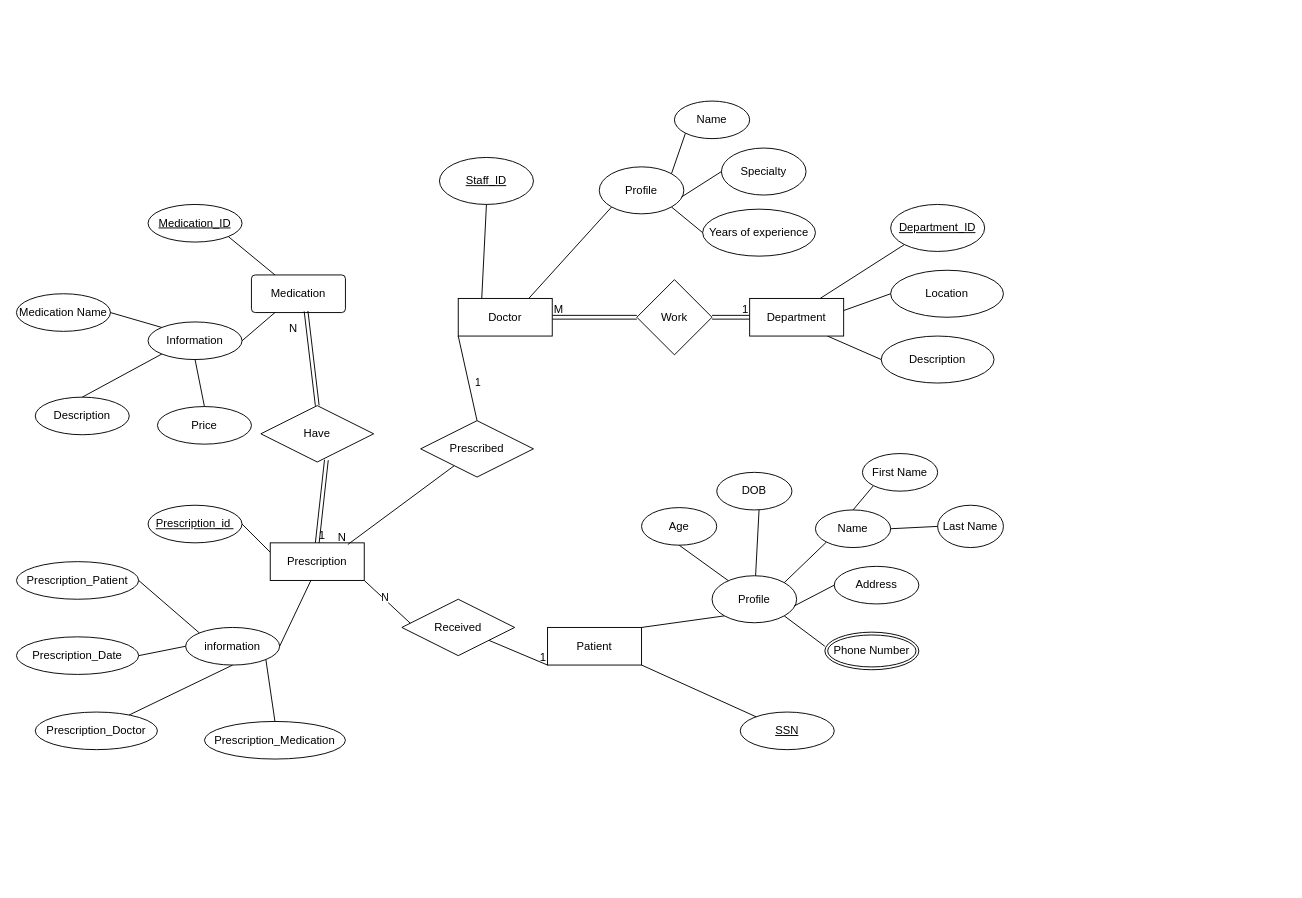
Earlier version of the draw.io diagram Untitled Diagram.drawio (yun-2000/yun-2000). Source tidied: cells renumbered, new cells numbered last; positions are measured from the earlier drawing's top-left corner, leaving out a move shared by most shapes. Both pictures are drawn from the tidied source at 94%, with x=0, y=0 at pixel (16, 101).
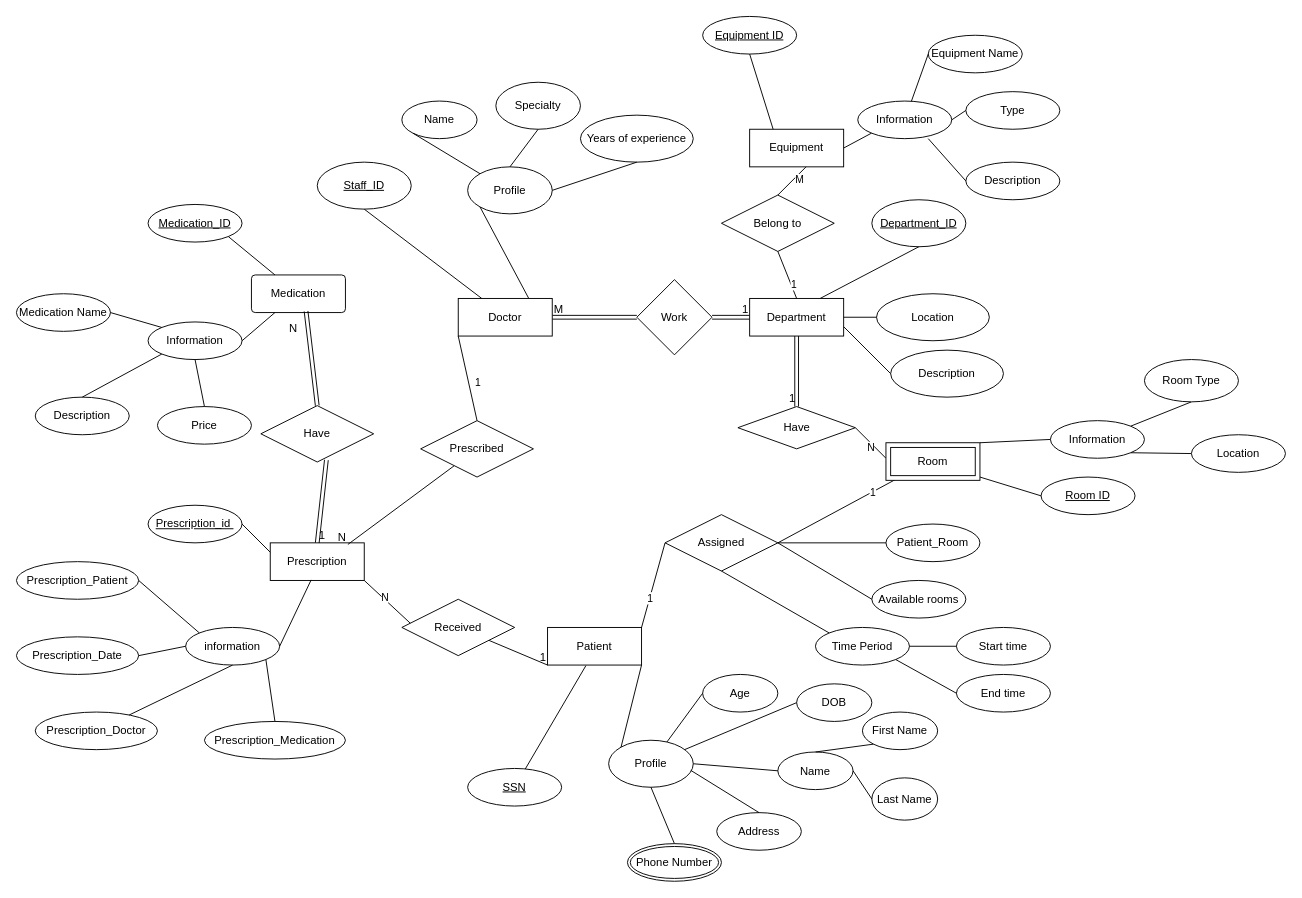
After the change.

Unchanged cells that the change refers to:
```xml
<mxCell id="65" value="Patient" style="whiteSpace=wrap;html=1;align=center;" parent="1" vertex="1">
  <mxGeometry x="565" y="560" width="100" height="40" as="geometry" />
</mxCell>
<mxCell id="72" value="Department" style="whiteSpace=wrap;html=1;align=center;" parent="1" vertex="1">
  <mxGeometry x="780" y="210" width="100" height="40" as="geometry" />
</mxCell>
```

Diff of the diagram source:
```diff
@@
     <mxCell id="2" value="&lt;u&gt;Staff_ID&lt;/u&gt;" style="ellipse;whiteSpace=wrap;html=1;" parent="1" vertex="1">
-      <mxGeometry x="450" y="60" width="100" height="50" as="geometry" />
+      <mxGeometry x="320" y="65" width="100" height="50" as="geometry" />
     </mxCell>
     <mxCell id="3" value="Profile" style="ellipse;whiteSpace=wrap;html=1;" parent="1" vertex="1">
-      <mxGeometry x="620" y="70" width="90" height="50" as="geometry" />
+      <mxGeometry x="480" y="70" width="90" height="50" as="geometry" />
     </mxCell>
     <mxCell id="4" value="Name" style="ellipse;whiteSpace=wrap;html=1;" parent="1" vertex="1">
-      <mxGeometry x="700" width="80" height="40" as="geometry" />
+      <mxGeometry x="410" width="80" height="40" as="geometry" />
     </mxCell>
     <mxCell id="5" value="Specialty" style="ellipse;whiteSpace=wrap;html=1;" parent="1" vertex="1">
-      <mxGeometry x="750" y="50" width="90" height="50" as="geometry" />
+      <mxGeometry x="510" y="-20" width="90" height="50" as="geometry" />
     </mxCell>
     <mxCell id="6" value="Years of experience" style="ellipse;whiteSpace=wrap;html=1;" parent="1" vertex="1">
-      <mxGeometry x="730" y="115" width="120" height="50" as="geometry" />
+      <mxGeometry x="600" y="15" width="120" height="50" as="geometry" />
     </mxCell>
-    <mxCell id="7" style="endArrow=none;html=1;rounded=0;exitX=0;exitY=0.5;exitDx=0;exitDy=0;entryX=1;entryY=1;entryDx=0;entryDy=0;" parent="1" edge="1" source="6" target="3">
+    <mxCell id="7" style="endArrow=none;html=1;rounded=0;exitX=0.5;exitY=1;exitDx=0;exitDy=0;entryX=1;entryY=0.5;entryDx=0;entryDy=0;" parent="1" edge="1" source="6" target="3">
       <mxGeometry relative="1" as="geometry" />
     </mxCell>
-    <mxCell id="8" style="endArrow=none;html=1;rounded=0;entryX=0;entryY=1;entryDx=0;entryDy=0;exitX=1;exitY=0;exitDx=0;exitDy=0;" parent="1" edge="1" source="3" target="4">
+    <mxCell id="8" style="endArrow=none;html=1;rounded=0;entryX=0;entryY=1;entryDx=0;entryDy=0;exitX=0;exitY=0;exitDx=0;exitDy=0;" parent="1" edge="1" source="3" target="4">
       <mxGeometry relative="1" as="geometry" />
     </mxCell>
-    <mxCell id="9" style="endArrow=none;html=1;rounded=0;entryX=0;entryY=0.5;entryDx=0;entryDy=0;exitX=0.972;exitY=0.642;exitDx=0;exitDy=0;exitPerimeter=0;" parent="1" edge="1" source="3" target="5">
+    <mxCell id="9" style="endArrow=none;html=1;rounded=0;entryX=0.5;entryY=1;entryDx=0;entryDy=0;exitX=0.5;exitY=0;exitDx=0;exitDy=0;" parent="1" edge="1" source="3" target="5">
       <mxGeometry relative="1" as="geometry" />
     </mxCell>
@@
     <mxCell id="12" value="&lt;u&gt;Department_ID&lt;/u&gt;" style="ellipse;whiteSpace=wrap;html=1;" parent="1" vertex="1">
-      <mxGeometry x="930" y="110" width="100" height="50" as="geometry" />
+      <mxGeometry x="910" y="105" width="100" height="50" as="geometry" />
     </mxCell>
     <mxCell id="13" value="Description" style="ellipse;whiteSpace=wrap;html=1;" parent="1" vertex="1">
-      <mxGeometry x="920" y="250" width="120" height="50" as="geometry" />
+      <mxGeometry x="930" y="265" width="120" height="50" as="geometry" />
     </mxCell>
     <mxCell id="14" value="Location" style="ellipse;whiteSpace=wrap;html=1;" parent="1" vertex="1">
-      <mxGeometry x="930" y="180" width="120" height="50" as="geometry" />
+      <mxGeometry x="915" y="205" width="120" height="50" as="geometry" />
     </mxCell>
-    <mxCell id="15" style="endArrow=none;html=1;rounded=0;exitX=0;exitY=1;exitDx=0;exitDy=0;entryX=0.75;entryY=0;entryDx=0;entryDy=0;" parent="1" edge="1" source="12" target="72">
+    <mxCell id="15" style="endArrow=none;html=1;rounded=0;entryX=0.75;entryY=0;entryDx=0;entryDy=0;exitX=0.5;exitY=1;exitDx=0;exitDy=0;" parent="1" edge="1" source="12" target="72">
       <mxGeometry relative="1" as="geometry" />
     </mxCell>
@@
-    <mxCell id="17" style="endArrow=none;html=1;rounded=0;exitX=0;exitY=0.5;exitDx=0;exitDy=0;entryX=0.826;entryY=0.998;entryDx=0;entryDy=0;entryPerimeter=0;" parent="1" edge="1" source="13" target="72">
+    <mxCell id="17" style="endArrow=none;html=1;rounded=0;exitX=0;exitY=0.5;exitDx=0;exitDy=0;entryX=1;entryY=0.75;entryDx=0;entryDy=0;" parent="1" edge="1" source="13" target="72">
       <mxGeometry relative="1" as="geometry" />
     </mxCell>
     <mxCell id="18" value="&lt;u&gt;SSN&lt;/u&gt;" style="ellipse;whiteSpace=wrap;html=1;" parent="1" vertex="1">
-      <mxGeometry x="770" y="650" width="100" height="40" as="geometry" />
+      <mxGeometry x="480" y="710" width="100" height="40" as="geometry" />
     </mxCell>
     <mxCell id="19" value="Profile" style="ellipse;whiteSpace=wrap;html=1;" parent="1" vertex="1">
-      <mxGeometry x="740" y="505" width="90" height="50" as="geometry" />
+      <mxGeometry x="630" y="680" width="90" height="50" as="geometry" />
     </mxCell>
     <mxCell id="20" value="Name" style="ellipse;whiteSpace=wrap;html=1;" parent="1" vertex="1">
-      <mxGeometry x="850" y="435" width="80" height="40" as="geometry" />
+      <mxGeometry x="810" y="692.5" width="80" height="40" as="geometry" />
     </mxCell>
     <mxCell id="21" value="Address" style="ellipse;whiteSpace=wrap;html=1;" parent="1" vertex="1">
-      <mxGeometry x="870" y="495" width="90" height="40" as="geometry" />
+      <mxGeometry x="745" y="757" width="90" height="40" as="geometry" />
     </mxCell>
-    <mxCell id="22" style="endArrow=none;html=1;rounded=0;exitX=0;exitY=0.5;exitDx=0;exitDy=0;entryX=1;entryY=1;entryDx=0;entryDy=0;" parent="1" edge="1" target="19">
-      <mxGeometry relative="1" as="geometry">
-        <mxPoint x="860" y="580" as="sourcePoint" />
-      </mxGeometry>
+    <mxCell id="22" style="endArrow=none;html=1;rounded=0;exitX=0.5;exitY=0;exitDx=0;exitDy=0;entryX=0.5;entryY=1;entryDx=0;entryDy=0;" parent="1" edge="1" source="31" target="19">
+      <mxGeometry relative="1" as="geometry" />
     </mxCell>
-    <mxCell id="23" style="endArrow=none;html=1;rounded=0;entryX=0;entryY=1;entryDx=0;entryDy=0;exitX=1;exitY=0;exitDx=0;exitDy=0;" parent="1" edge="1" source="19" target="20">
+    <mxCell id="23" style="endArrow=none;html=1;rounded=0;entryX=0;entryY=0.5;entryDx=0;entryDy=0;exitX=1;exitY=0.5;exitDx=0;exitDy=0;" parent="1" edge="1" source="19" target="20">
       <mxGeometry relative="1" as="geometry" />
     </mxCell>
-    <mxCell id="24" style="endArrow=none;html=1;rounded=0;entryX=0;entryY=0.5;entryDx=0;entryDy=0;exitX=0.972;exitY=0.642;exitDx=0;exitDy=0;exitPerimeter=0;" parent="1" edge="1" source="19" target="21">
+    <mxCell id="24" style="endArrow=none;html=1;rounded=0;entryX=0.5;entryY=0;entryDx=0;entryDy=0;exitX=0.972;exitY=0.642;exitDx=0;exitDy=0;exitPerimeter=0;" parent="1" edge="1" source="19" target="21">
       <mxGeometry relative="1" as="geometry" />
     </mxCell>
-    <mxCell id="25" style="endArrow=none;html=1;rounded=0;entryX=0;entryY=1;entryDx=0;entryDy=0;exitX=1;exitY=0;exitDx=0;exitDy=0;" parent="1" edge="1" source="65" target="19">
+    <mxCell id="25" style="endArrow=none;html=1;rounded=0;entryX=0;entryY=0;entryDx=0;entryDy=0;exitX=1;exitY=1;exitDx=0;exitDy=0;" parent="1" edge="1" source="65" target="19">
       <mxGeometry relative="1" as="geometry" />
     </mxCell>
-    <mxCell id="26" style="endArrow=none;html=1;rounded=0;exitX=1;exitY=1;exitDx=0;exitDy=0;" parent="1" edge="1" source="65" target="18">
+    <mxCell id="26" style="endArrow=none;html=1;rounded=0;exitX=0.408;exitY=1.015;exitDx=0;exitDy=0;exitPerimeter=0;" parent="1" edge="1" source="65" target="18">
       <mxGeometry relative="1" as="geometry" />
     </mxCell>
     <mxCell id="27" value="First Name" style="ellipse;whiteSpace=wrap;html=1;" parent="1" vertex="1">
-      <mxGeometry x="900" y="375" width="80" height="40" as="geometry" />
+      <mxGeometry x="900" y="650" width="80" height="40" as="geometry" />
     </mxCell>
     <mxCell id="28" value="Last Name" style="ellipse;whiteSpace=wrap;html=1;" parent="1" vertex="1">
-      <mxGeometry x="980" y="430" width="70" height="45" as="geometry" />
+      <mxGeometry x="910" y="720" width="70" height="45" as="geometry" />
     </mxCell>
@@
     <mxCell id="31" value="Phone Number" style="ellipse;shape=doubleEllipse;margin=3;whiteSpace=wrap;html=1;align=center;" parent="1" vertex="1">
-      <mxGeometry x="860" y="565" width="100" height="40" as="geometry" />
+      <mxGeometry x="650" y="790" width="100" height="40" as="geometry" />
     </mxCell>
     <mxCell id="32" value="Age" style="ellipse;whiteSpace=wrap;html=1;align=center;" parent="1" vertex="1">
-      <mxGeometry x="665" y="432.5" width="80" height="40" as="geometry" />
+      <mxGeometry x="730" y="610" width="80" height="40" as="geometry" />
     </mxCell>
     <mxCell id="33" value="DOB" style="ellipse;whiteSpace=wrap;html=1;align=center;" parent="1" vertex="1">
-      <mxGeometry x="745" y="395" width="80" height="40" as="geometry" />
+      <mxGeometry x="830" y="620" width="80" height="40" as="geometry" />
     </mxCell>
-    <mxCell id="34" style="endArrow=none;html=1;rounded=0;" parent="1" edge="1" source="19">
-      <mxGeometry relative="1" as="geometry">
-        <mxPoint x="790" y="435" as="targetPoint" />
-      </mxGeometry>
+    <mxCell id="34" style="endArrow=none;html=1;rounded=0;entryX=0;entryY=0.5;entryDx=0;entryDy=0;" parent="1" edge="1" source="19" target="33">
+      <mxGeometry relative="1" as="geometry" />
     </mxCell>
-    <mxCell id="35" style="endArrow=none;html=1;rounded=0;entryX=0.5;entryY=1;entryDx=0;entryDy=0;" parent="1" edge="1" source="19" target="32">
+    <mxCell id="35" style="endArrow=none;html=1;rounded=0;entryX=0;entryY=0.5;entryDx=0;entryDy=0;" parent="1" edge="1" source="19" target="32">
       <mxGeometry relative="1" as="geometry" />
     </mxCell>
@@
+    <mxCell id="83" value="Information" style="ellipse;whiteSpace=wrap;html=1;align=center;" parent="1" vertex="1">
+      <mxGeometry x="1100" y="340" width="100" height="40" as="geometry" />
+    </mxCell>
+    <mxCell id="84" value="Room ID" style="ellipse;whiteSpace=wrap;html=1;align=center;fontStyle=4;" parent="1" vertex="1">
+      <mxGeometry x="1090" y="400" width="100" height="40" as="geometry" />
+    </mxCell>
+    <mxCell id="85" style="endArrow=none;html=1;rounded=0;exitX=1;exitY=0;exitDx=0;exitDy=0;entryX=0;entryY=0.5;entryDx=0;entryDy=0;" parent="1" edge="1" source="127" target="83">
+      <mxGeometry relative="1" as="geometry" />
+    </mxCell>
+    <mxCell id="86" style="endArrow=none;html=1;rounded=0;exitX=1;exitY=1;exitDx=0;exitDy=0;entryX=0;entryY=0.5;entryDx=0;entryDy=0;" parent="1" edge="1" target="84">
+      <mxGeometry relative="1" as="geometry">
+        <mxPoint x="1025" y="400" as="sourcePoint" />
+      </mxGeometry>
+    </mxCell>
+    <mxCell id="87" style="endArrow=none;html=1;rounded=0;exitX=1;exitY=0;exitDx=0;exitDy=0;entryX=0.5;entryY=1;entryDx=0;entryDy=0;" parent="1" edge="1" source="83" target="88">
+      <mxGeometry relative="1" as="geometry" />
+    </mxCell>
+    <mxCell id="88" value="Room Type" style="ellipse;whiteSpace=wrap;html=1;align=center;" parent="1" vertex="1">
+      <mxGeometry x="1200" y="275" width="100" height="45" as="geometry" />
+    </mxCell>
+    <mxCell id="89" style="endArrow=none;html=1;rounded=0;exitX=1;exitY=1;exitDx=0;exitDy=0;entryX=0;entryY=0.5;entryDx=0;entryDy=0;" parent="1" edge="1" source="83" target="90">
+      <mxGeometry relative="1" as="geometry" />
+    </mxCell>
+    <mxCell id="90" value="Location" style="ellipse;whiteSpace=wrap;html=1;align=center;" parent="1" vertex="1">
+      <mxGeometry x="1250" y="355" width="100" height="40" as="geometry" />
+    </mxCell>
+    <mxCell id="91" value="Have" style="shape=rhombus;perimeter=rhombusPerimeter;whiteSpace=wrap;html=1;align=center;" parent="1" vertex="1">
+      <mxGeometry x="767.5" y="325" width="125" height="45" as="geometry" />
+    </mxCell>
+    <mxCell id="92" style="endArrow=none;html=1;rounded=0;exitX=1;exitY=0.5;exitDx=0;exitDy=0;entryX=0;entryY=0.5;entryDx=0;entryDy=0;" parent="1" edge="1" source="91">
+      <mxGeometry relative="1" as="geometry">
+        <mxPoint x="925" y="380" as="targetPoint" />
+      </mxGeometry>
+    </mxCell>
+    <mxCell id="93" value="&lt;div&gt;N&lt;/div&gt;" style="edgeLabel;html=1;align=center;verticalAlign=middle;" parent="92" vertex="1">
+      <mxGeometry x="0.13" y="-3" relative="1" as="geometry" />
+    </mxCell>
+    <mxCell id="94" style="shape=link;html=1;rounded=0;entryX=0.5;entryY=0;entryDx=0;entryDy=0;" parent="1" edge="1" source="72" target="91">
+      <mxGeometry relative="1" as="geometry" />
+    </mxCell>
+    <mxCell id="95" value="1" style="html=1;whiteSpace=wrap;align=right;verticalAlign=bottom;" parent="94" vertex="1">
+      <mxGeometry x="1" relative="1" as="geometry" />
+    </mxCell>
+    <mxCell id="96" value="Assigned" style="shape=rhombus;perimeter=rhombusPerimeter;whiteSpace=wrap;html=1;align=center;" parent="1" vertex="1">
+      <mxGeometry x="690" y="440" width="120" height="60" as="geometry" />
+    </mxCell>
+    <mxCell id="97" style="endArrow=none;html=1;rounded=0;exitX=1;exitY=0;exitDx=0;exitDy=0;" parent="1" edge="1" source="65">
+      <mxGeometry relative="1" as="geometry">
+        <mxPoint x="690" y="470" as="targetPoint" />
+      </mxGeometry>
+    </mxCell>
+    <mxCell id="98" value="1" style="edgeLabel;html=1;align=center;verticalAlign=middle;" parent="97" vertex="1">
+      <mxGeometry x="-0.29" y="-1" relative="1" as="geometry">
+        <mxPoint x="-1" as="offset" />
+      </mxGeometry>
+    </mxCell>
+    <mxCell id="99" style="endArrow=none;html=1;rounded=0;exitX=1;exitY=0.5;exitDx=0;exitDy=0;" parent="1" edge="1" source="96">
+      <mxGeometry relative="1" as="geometry">
+        <mxPoint x="940" y="400" as="targetPoint" />
+      </mxGeometry>
+    </mxCell>
+    <mxCell id="100" value="1" style="edgeLabel;html=1;align=center;verticalAlign=middle;" parent="99" vertex="1">
+      <mxGeometry x="0.55" y="-1" relative="1" as="geometry" />
+    </mxCell>
+    <mxCell id="101" value="Available rooms" style="ellipse;whiteSpace=wrap;html=1;align=center;" parent="1" vertex="1">
+      <mxGeometry x="910" y="510" width="100" height="40" as="geometry" />
+    </mxCell>
+    <mxCell id="102" value="Patient_Room" style="ellipse;whiteSpace=wrap;html=1;align=center;" parent="1" vertex="1">
+      <mxGeometry x="925" y="450" width="100" height="40" as="geometry" />
+    </mxCell>
+    <mxCell id="103" value="Time Period" style="ellipse;whiteSpace=wrap;html=1;align=center;" parent="1" vertex="1">
+      <mxGeometry x="850" y="560" width="100" height="40" as="geometry" />
+    </mxCell>
+    <mxCell id="104" style="endArrow=none;html=1;rounded=0;entryX=1;entryY=0.5;entryDx=0;entryDy=0;exitX=0;exitY=0.5;exitDx=0;exitDy=0;" parent="1" edge="1" source="101" target="96">
+      <mxGeometry relative="1" as="geometry" />
+    </mxCell>
+    <mxCell id="105" style="endArrow=none;html=1;rounded=0;exitX=0;exitY=0;exitDx=0;exitDy=0;entryX=0.5;entryY=1;entryDx=0;entryDy=0;" parent="1" edge="1" source="103" target="96">
+      <mxGeometry relative="1" as="geometry" />
+    </mxCell>
+    <mxCell id="106" style="endArrow=none;html=1;rounded=0;entryX=1;entryY=0.5;entryDx=0;entryDy=0;exitX=0;exitY=0.5;exitDx=0;exitDy=0;" parent="1" edge="1" source="102" target="96">
+      <mxGeometry relative="1" as="geometry" />
+    </mxCell>
+    <mxCell id="107" value="Start time" style="ellipse;whiteSpace=wrap;html=1;align=center;" parent="1" vertex="1">
+      <mxGeometry x="1000" y="560" width="100" height="40" as="geometry" />
+    </mxCell>
+    <mxCell id="108" value="End time" style="ellipse;whiteSpace=wrap;html=1;align=center;" parent="1" vertex="1">
+      <mxGeometry x="1000" y="610" width="100" height="40" as="geometry" />
+    </mxCell>
+    <mxCell id="109" style="endArrow=none;html=1;rounded=0;exitX=1;exitY=0.5;exitDx=0;exitDy=0;entryX=0;entryY=0.5;entryDx=0;entryDy=0;" parent="1" edge="1" source="103" target="107">
+      <mxGeometry relative="1" as="geometry" />
+    </mxCell>
+    <mxCell id="110" style="endArrow=none;html=1;rounded=0;exitX=1;exitY=1;exitDx=0;exitDy=0;entryX=0;entryY=0.5;entryDx=0;entryDy=0;" parent="1" edge="1" source="103" target="108">
+      <mxGeometry relative="1" as="geometry" />
+    </mxCell>
+    <mxCell id="111" value="Equipment" style="whiteSpace=wrap;html=1;align=center;" parent="1" vertex="1">
+      <mxGeometry x="780" y="30" width="100" height="40" as="geometry" />
+    </mxCell>
+    <mxCell id="112" value="Equipment ID" style="ellipse;whiteSpace=wrap;html=1;align=center;fontStyle=4;" parent="1" vertex="1">
+      <mxGeometry x="730" y="-90" width="100" height="40" as="geometry" />
+    </mxCell>
+    <mxCell id="113" style="endArrow=none;html=1;rounded=0;entryX=0.25;entryY=0;entryDx=0;entryDy=0;exitX=0.5;exitY=1;exitDx=0;exitDy=0;" parent="1" edge="1" source="112" target="111">
+      <mxGeometry relative="1" as="geometry" />
+    </mxCell>
+    <mxCell id="114" value="Information" style="ellipse;whiteSpace=wrap;html=1;align=center;" parent="1" vertex="1">
+      <mxGeometry x="895" width="100" height="40" as="geometry" />
+    </mxCell>
+    <mxCell id="115" style="endArrow=none;html=1;rounded=0;exitX=1;exitY=0.5;exitDx=0;exitDy=0;entryX=0;entryY=1;entryDx=0;entryDy=0;" parent="1" edge="1" source="111" target="114">
+      <mxGeometry relative="1" as="geometry" />
+    </mxCell>
+    <mxCell id="116" value="Equipment Name" style="ellipse;whiteSpace=wrap;html=1;align=center;" parent="1" vertex="1">
+      <mxGeometry x="970" y="-70" width="100" height="40" as="geometry" />
+    </mxCell>
+    <mxCell id="117" style="endArrow=none;html=1;rounded=0;" parent="1" edge="1" source="114">
+      <mxGeometry relative="1" as="geometry">
+        <mxPoint x="970" y="-50" as="targetPoint" />
+      </mxGeometry>
+    </mxCell>
+    <mxCell id="118" value="Type" style="ellipse;whiteSpace=wrap;html=1;align=center;" parent="1" vertex="1">
+      <mxGeometry x="1010" y="-10" width="100" height="40" as="geometry" />
+    </mxCell>
+    <mxCell id="119" value="Description" style="ellipse;whiteSpace=wrap;html=1;align=center;" parent="1" vertex="1">
+      <mxGeometry x="1010" y="65" width="100" height="40" as="geometry" />
+    </mxCell>
+    <mxCell id="120" style="endArrow=none;html=1;rounded=0;exitX=1;exitY=0.5;exitDx=0;exitDy=0;" parent="1" edge="1" source="114">
+      <mxGeometry relative="1" as="geometry">
+        <mxPoint x="1010" y="10" as="targetPoint" />
+      </mxGeometry>
+    </mxCell>
+    <mxCell id="121" style="endArrow=none;html=1;rounded=0;entryX=0;entryY=0.5;entryDx=0;entryDy=0;exitX=0.75;exitY=1;exitDx=0;exitDy=0;exitPerimeter=0;" parent="1" edge="1" source="114" target="119">
+      <mxGeometry relative="1" as="geometry" />
+    </mxCell>
+    <mxCell id="122" value="Belong to" style="shape=rhombus;perimeter=rhombusPerimeter;whiteSpace=wrap;html=1;align=center;" parent="1" vertex="1">
+      <mxGeometry x="750" y="100" width="120" height="60" as="geometry" />
+    </mxCell>
+    <mxCell id="123" style="endArrow=none;html=1;rounded=0;exitX=0.5;exitY=0;exitDx=0;exitDy=0;" parent="1" edge="1" source="122">
+      <mxGeometry relative="1" as="geometry">
+        <mxPoint x="840" y="70" as="targetPoint" />
+      </mxGeometry>
+    </mxCell>
+    <mxCell id="124" value="M" style="edgeLabel;html=1;align=center;verticalAlign=middle;" parent="123" vertex="1">
+      <mxGeometry x="0.26" y="-3" relative="1" as="geometry">
+        <mxPoint x="1" as="offset" />
+      </mxGeometry>
+    </mxCell>
+    <mxCell id="125" style="endArrow=none;html=1;rounded=0;exitX=0.5;exitY=0;exitDx=0;exitDy=0;" parent="1" edge="1" source="72">
+      <mxGeometry relative="1" as="geometry">
+        <mxPoint x="810" y="160" as="targetPoint" />
+      </mxGeometry>
+    </mxCell>
+    <mxCell id="126" value="1" style="edgeLabel;html=1;align=center;verticalAlign=middle;" parent="125" vertex="1">
+      <mxGeometry x="-0.41" y="-3" relative="1" as="geometry" />
+    </mxCell>
+    <mxCell id="127" value="Room" style="shape=ext;margin=3;double=1;whiteSpace=wrap;html=1;align=center;" parent="1" vertex="1">
+      <mxGeometry x="925" y="363.5" width="100" height="40" as="geometry" />
+    </mxCell>
```
